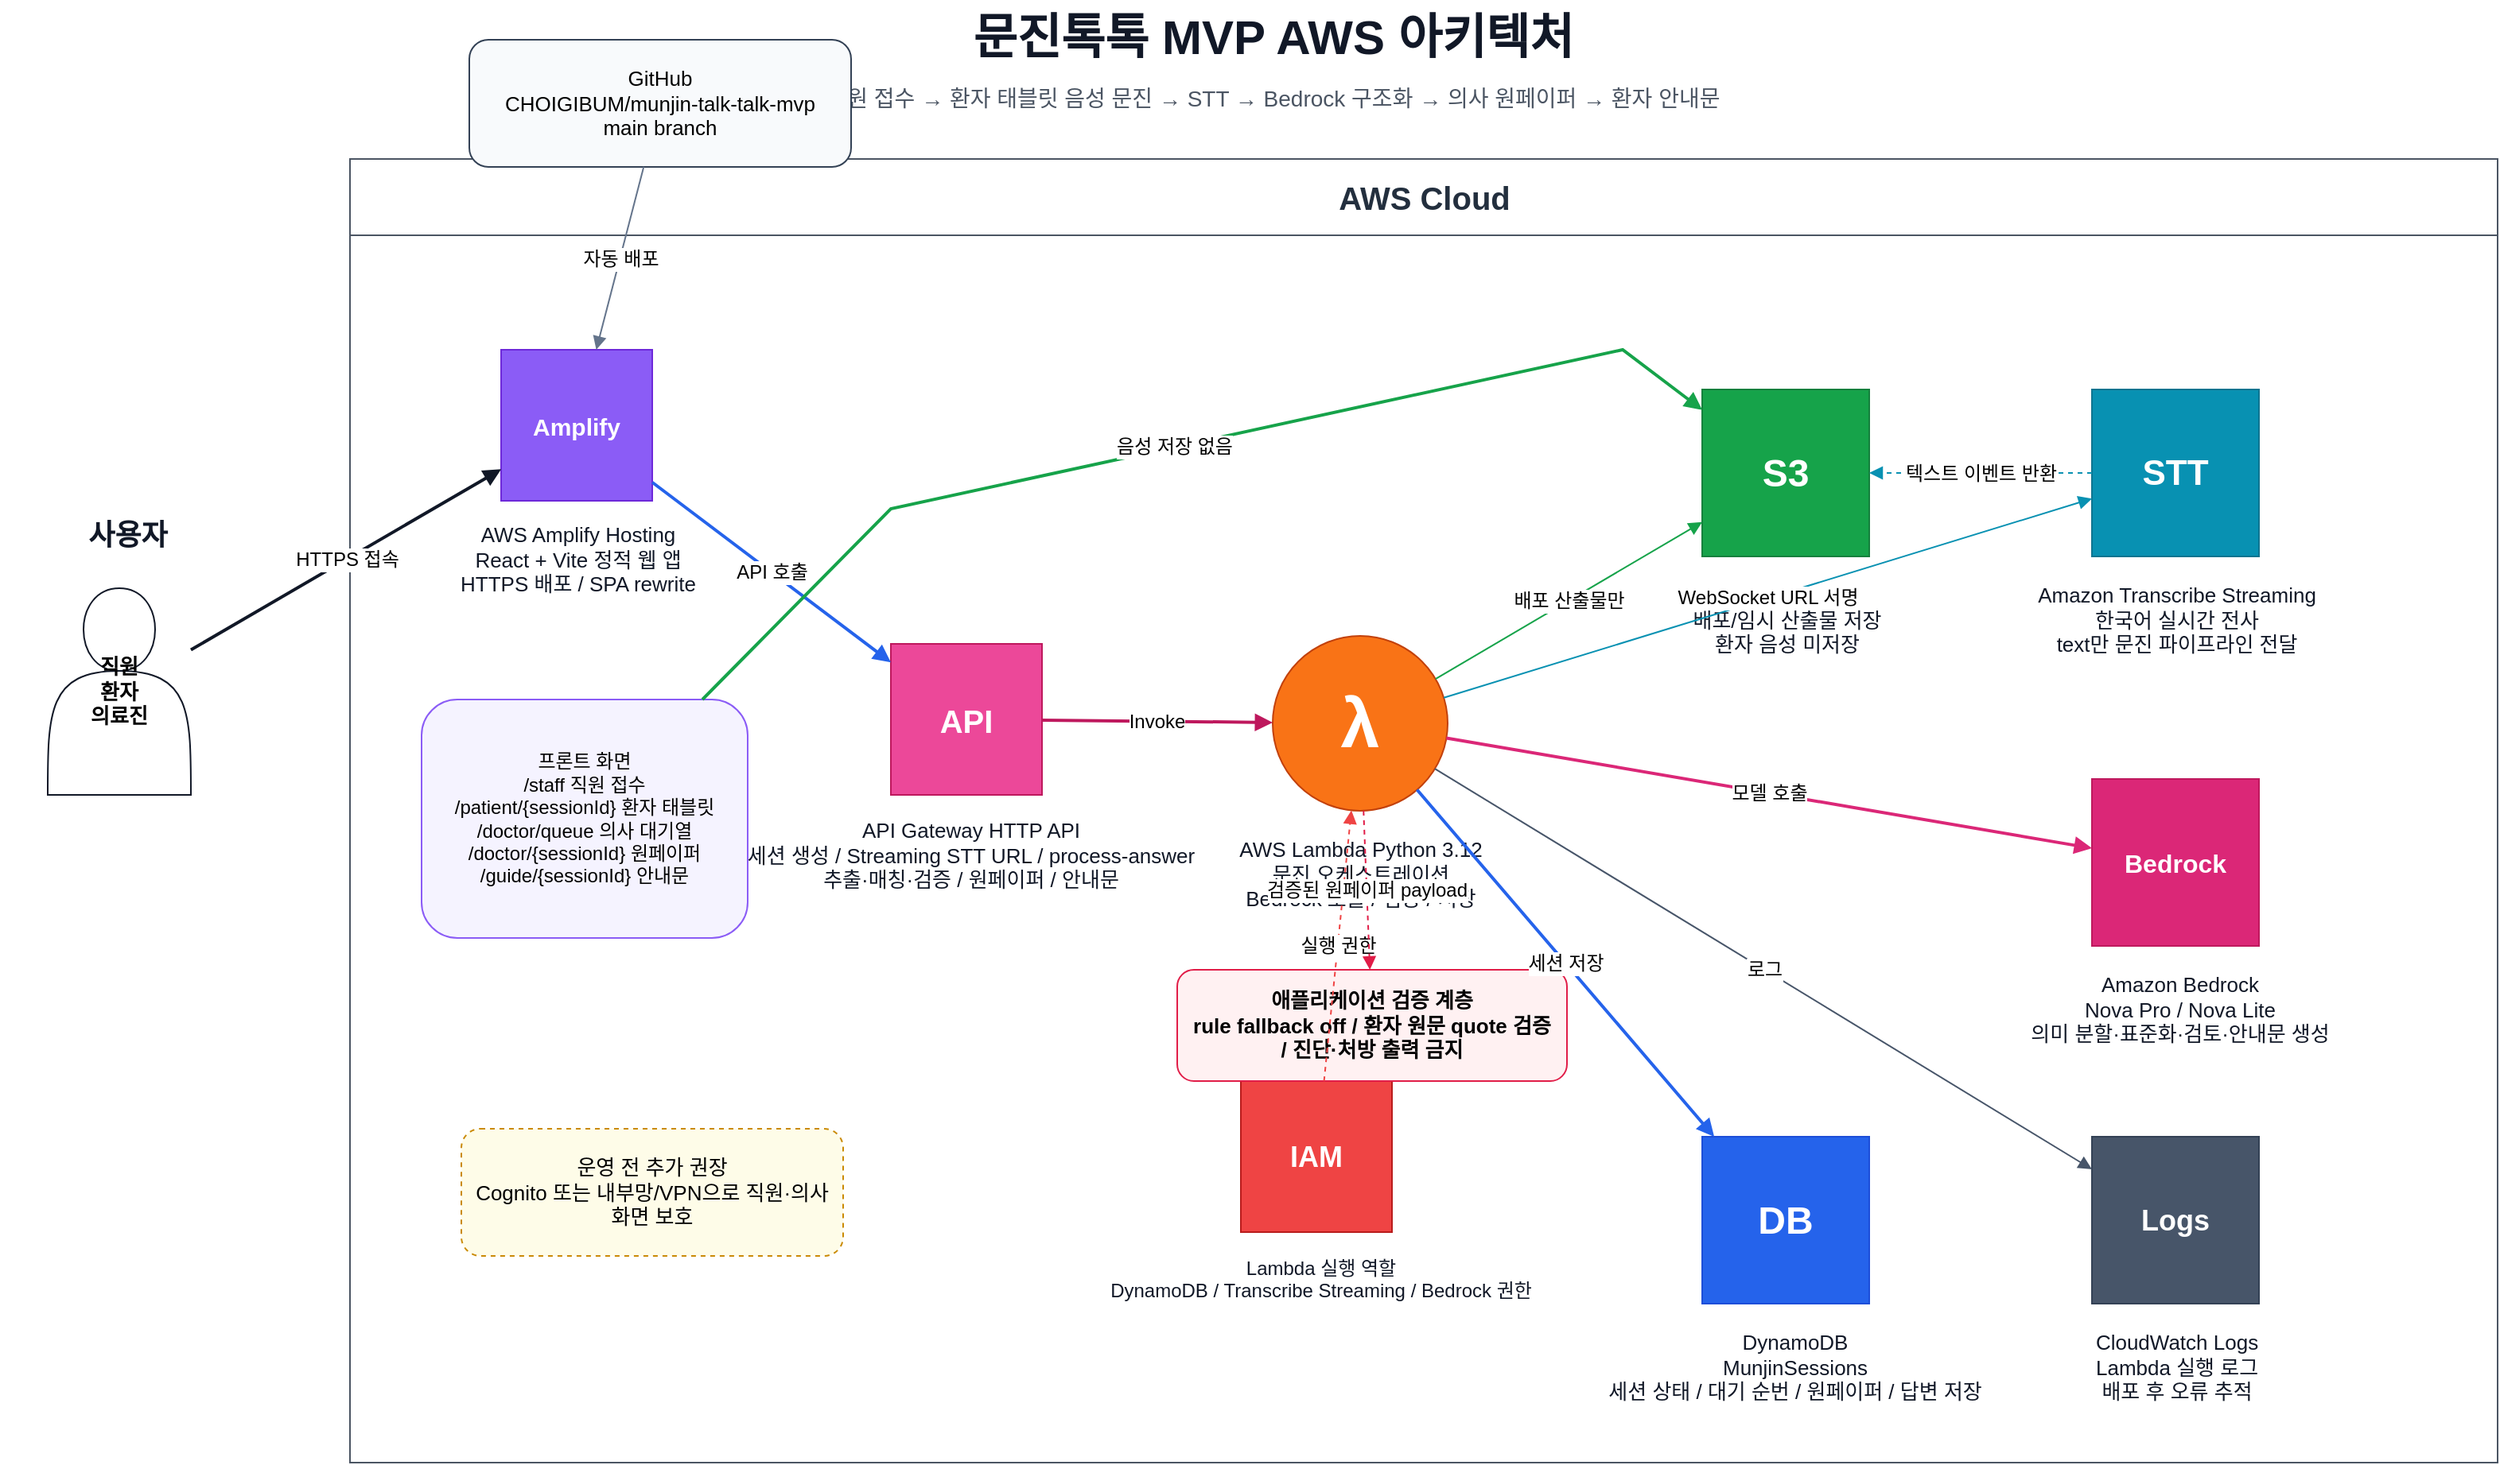
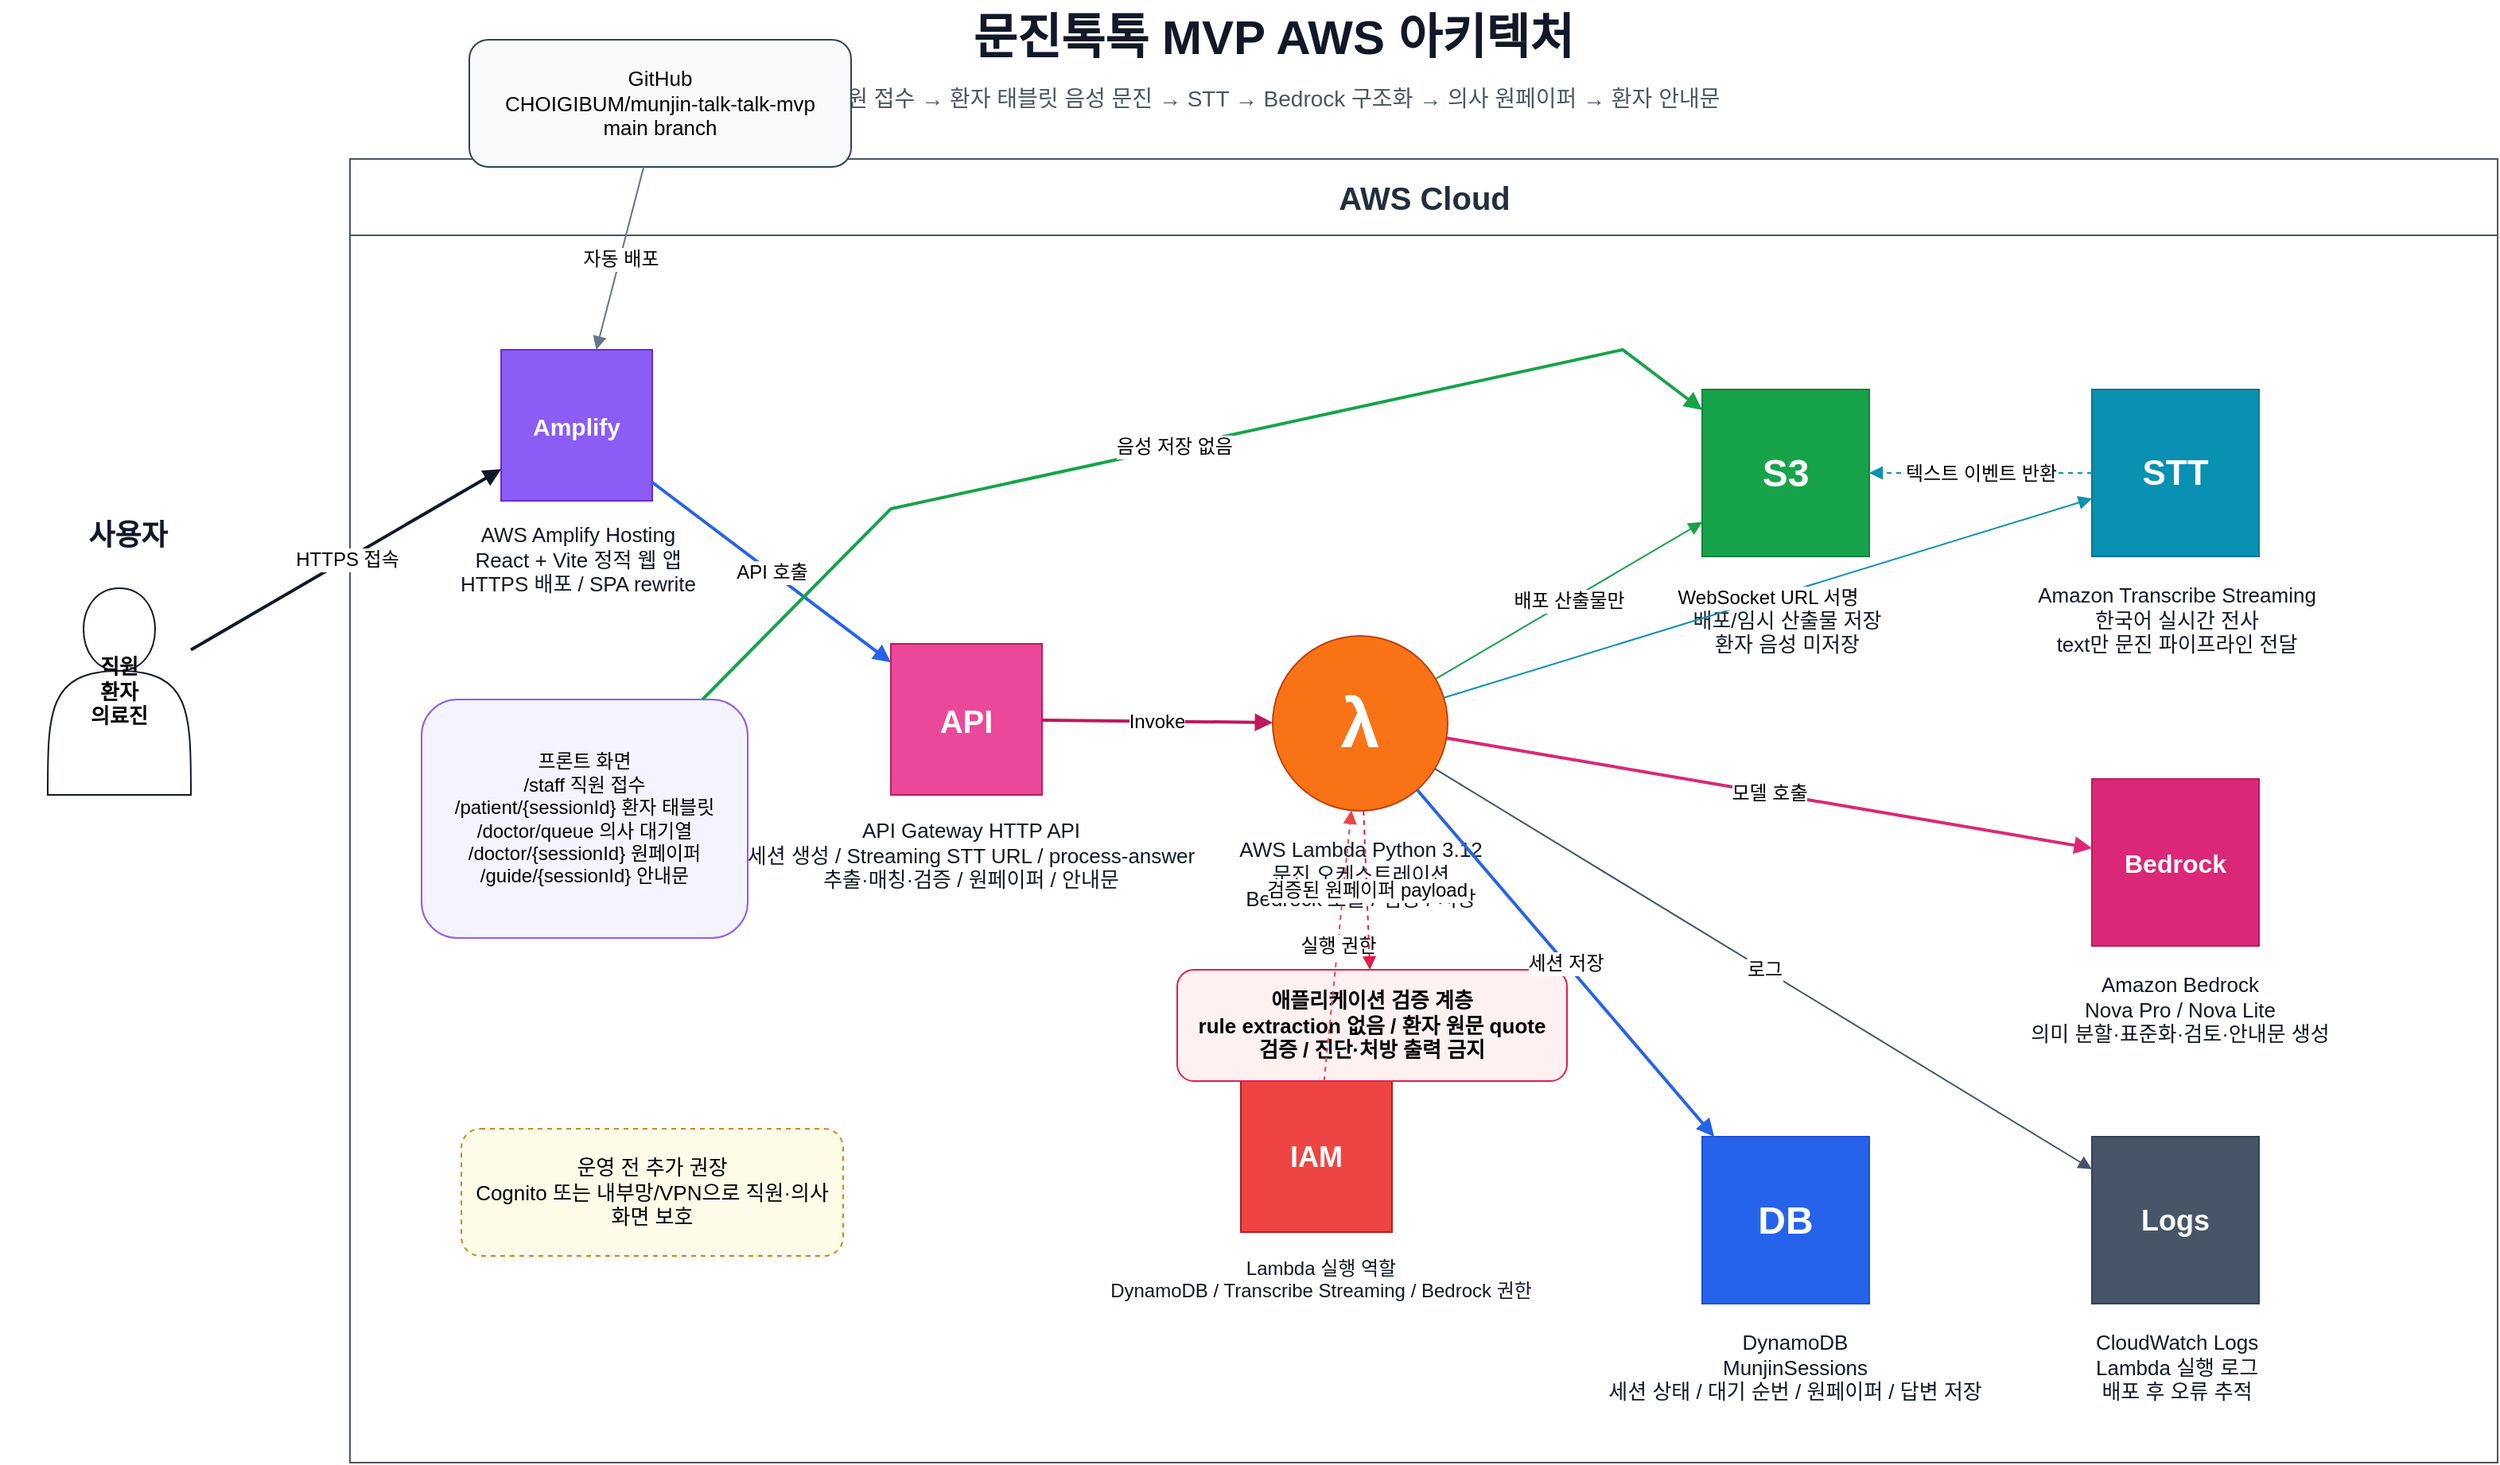
<mxfile host="app.diagrams.net" modified="2026-05-31T04:10:00.000Z" agent="Codex" version="24.7.17" type="device">
  <diagram id="munjin-architecture-ko" name="문진톡톡 MVP 아키텍처">
    <mxGraphModel dx="1700" dy="1050" grid="1" gridSize="10" guides="1" tooltips="1" connect="1" arrows="1" fold="1" page="1" pageScale="1" pageWidth="1700" pageHeight="1050" math="0" shadow="0">
      <root>
        <mxCell id="0" />
        <mxCell id="1" parent="0" />

        <mxCell id="title" value="문진톡톡 MVP AWS 아키텍처" style="text;html=1;strokeColor=none;fillColor=none;fontSize=30;fontStyle=1;fontColor=#111827;align=center;verticalAlign=middle;" vertex="1" parent="1">
          <mxGeometry x="470" y="30" width="760" height="45" as="geometry" />
        </mxCell>
        <mxCell id="subtitle" value="직원 접수 → 환자 태블릿 음성 문진 → STT → Bedrock 구조화 → 의사 원페이퍼 → 환자 안내문" style="text;html=1;strokeColor=none;fillColor=none;fontSize=14;fontColor=#4b5563;align=center;verticalAlign=middle;" vertex="1" parent="1">
          <mxGeometry x="360" y="78" width="980" height="28" as="geometry" />
        </mxCell>

        <mxCell id="awsCloud" value="AWS Cloud" style="swimlane;html=1;rounded=0;strokeColor=#4b5563;fillColor=#ffffff;fontSize=20;fontStyle=1;fontColor=#232f3e;startSize=48;horizontal=1;" vertex="1" parent="1">
          <mxGeometry x="270" y="130" width="1350" height="820" as="geometry" />
        </mxCell>

        <mxCell id="usersTitle" value="사용자" style="text;html=1;strokeColor=none;fillColor=none;fontSize=18;fontStyle=1;fontColor=#111827;align=center;" vertex="1" parent="1">
          <mxGeometry x="50" y="350" width="160" height="35" as="geometry" />
        </mxCell>
        <mxCell id="usersIcon" value="직원&#xa;환자&#xa;의료진" style="shape=actor;whiteSpace=wrap;html=1;fillColor=#ffffff;strokeColor=#111827;fontSize=13;fontStyle=1;" vertex="1" parent="1">
          <mxGeometry x="80" y="400" width="90" height="130" as="geometry" />
        </mxCell>

        <mxCell id="github" value="GitHub&#xa;CHOIGIBUM/munjin-talk-talk-mvp&#xa;main branch" style="rounded=1;whiteSpace=wrap;html=1;fillColor=#f8fafc;strokeColor=#334155;fontSize=13;spacing=8;" vertex="1" parent="1">
          <mxGeometry x="345" y="55" width="240" height="80" as="geometry" />
        </mxCell>

        <mxCell id="amplifyIcon" value="Amplify" style="rounded=0;whiteSpace=wrap;html=1;fillColor=#8b5cf6;strokeColor=#6d28d9;fontColor=#ffffff;fontSize=15;fontStyle=1;align=center;verticalAlign=middle;" vertex="1" parent="awsCloud">
          <mxGeometry x="95" y="120" width="95" height="95" as="geometry" />
        </mxCell>
        <mxCell id="amplifyLabel" value="AWS Amplify Hosting&#xa;React + Vite 정적 웹 앱&#xa;HTTPS 배포 / SPA rewrite" style="text;html=1;strokeColor=none;fillColor=none;fontSize=13;fontColor=#111827;align=center;" vertex="1" parent="awsCloud">
          <mxGeometry x="55" y="222" width="175" height="70" as="geometry" />
        </mxCell>

        <mxCell id="routes" value="프론트 화면&#xa;/staff 직원 접수&#xa;/patient/{sessionId} 환자 태블릿&#xa;/doctor/queue 의사 대기열&#xa;/doctor/{sessionId} 원페이퍼&#xa;/guide/{sessionId} 안내문" style="rounded=1;whiteSpace=wrap;html=1;fillColor=#f5f3ff;strokeColor=#8b5cf6;fontSize=12;spacing=8;" vertex="1" parent="awsCloud">
          <mxGeometry x="45" y="340" width="205" height="150" as="geometry" />
        </mxCell>

        <mxCell id="apiIcon" value="API" style="rounded=0;whiteSpace=wrap;html=1;fillColor=#ec4899;strokeColor=#be185d;fontColor=#ffffff;fontSize=20;fontStyle=1;align=center;verticalAlign=middle;" vertex="1" parent="awsCloud">
          <mxGeometry x="340" y="305" width="95" height="95" as="geometry" />
        </mxCell>
        <mxCell id="apiLabel" value="API Gateway HTTP API&#xa;세션 생성 / Streaming STT URL / process-answer&#xa;추출·매칭·검증 / 원페이퍼 / 안내문" style="text;html=1;strokeColor=none;fillColor=none;fontSize=13;fontColor=#111827;align=center;" vertex="1" parent="awsCloud">
          <mxGeometry x="270" y="408" width="240" height="70" as="geometry" />
        </mxCell>

        <mxCell id="lambdaIcon" value="λ" style="ellipse;whiteSpace=wrap;html=1;fillColor=#f97316;strokeColor=#c2410c;fontColor=#ffffff;fontSize=44;fontStyle=1;align=center;verticalAlign=middle;" vertex="1" parent="awsCloud">
          <mxGeometry x="580" y="300" width="110" height="110" as="geometry" />
        </mxCell>
        <mxCell id="lambdaLabel" value="AWS Lambda Python 3.12&#xa;문진 오케스트레이션&#xa;Bedrock 호출 / 검증 / 저장" style="text;html=1;strokeColor=none;fillColor=none;fontSize=13;fontColor=#111827;align=center;" vertex="1" parent="awsCloud">
          <mxGeometry x="520" y="420" width="230" height="65" as="geometry" />
        </mxCell>

        <mxCell id="iamIcon" value="IAM" style="rounded=0;whiteSpace=wrap;html=1;fillColor=#ef4444;strokeColor=#b91c1c;fontColor=#ffffff;fontSize=18;fontStyle=1;align=center;verticalAlign=middle;" vertex="1" parent="awsCloud">
          <mxGeometry x="560" y="580" width="95" height="95" as="geometry" />
        </mxCell>
        <mxCell id="iamLabel" value="Lambda 실행 역할&#xa;DynamoDB / Transcribe Streaming / Bedrock 권한" style="text;html=1;strokeColor=none;fillColor=none;fontSize=12;fontColor=#111827;align=center;" vertex="1" parent="awsCloud">
          <mxGeometry x="500" y="684" width="220" height="52" as="geometry" />
        </mxCell>

        <mxCell id="s3Icon" value="S3" style="rounded=0;whiteSpace=wrap;html=1;fillColor=#16a34a;strokeColor=#15803d;fontColor=#ffffff;fontSize=24;fontStyle=1;align=center;verticalAlign=middle;" vertex="1" parent="awsCloud">
          <mxGeometry x="850" y="145" width="105" height="105" as="geometry" />
        </mxCell>
        <mxCell id="s3Label" value="Amazon S3&#xa;배포/임시 산출물 저장&#xa;환자 음성 미저장" style="text;html=1;strokeColor=none;fillColor=none;fontSize=13;fontColor=#111827;align=center;" vertex="1" parent="awsCloud">
          <mxGeometry x="785" y="260" width="235" height="65" as="geometry" />
        </mxCell>

        <mxCell id="transcribeIcon" value="STT" style="rounded=0;whiteSpace=wrap;html=1;fillColor=#0891b2;strokeColor=#0e7490;fontColor=#ffffff;fontSize=22;fontStyle=1;align=center;verticalAlign=middle;" vertex="1" parent="awsCloud">
          <mxGeometry x="1095" y="145" width="105" height="105" as="geometry" />
        </mxCell>
        <mxCell id="transcribeLabel" value="Amazon Transcribe Streaming&#xa;한국어 실시간 전사&#xa;text만 문진 파이프라인 전달" style="text;html=1;strokeColor=none;fillColor=none;fontSize=13;fontColor=#111827;align=center;" vertex="1" parent="awsCloud">
          <mxGeometry x="1040" y="260" width="215" height="65" as="geometry" />
        </mxCell>

        <mxCell id="bedrockIcon" value="Bedrock" style="rounded=0;whiteSpace=wrap;html=1;fillColor=#db2777;strokeColor=#be185d;fontColor=#ffffff;fontSize=16;fontStyle=1;align=center;verticalAlign=middle;" vertex="1" parent="awsCloud">
          <mxGeometry x="1095" y="390" width="105" height="105" as="geometry" />
        </mxCell>
        <mxCell id="bedrockLabel" value="Amazon Bedrock&#xa;Nova Pro / Nova Lite&#xa;의미 분할·표준화·검토·안내문 생성" style="text;html=1;strokeColor=none;fillColor=none;fontSize=13;fontColor=#111827;align=center;" vertex="1" parent="awsCloud">
          <mxGeometry x="1015" y="505" width="270" height="65" as="geometry" />
        </mxCell>

        <mxCell id="ddbIcon" value="DB" style="rounded=0;whiteSpace=wrap;html=1;fillColor=#2563eb;strokeColor=#1d4ed8;fontColor=#ffffff;fontSize=24;fontStyle=1;align=center;verticalAlign=middle;" vertex="1" parent="awsCloud">
          <mxGeometry x="850" y="615" width="105" height="105" as="geometry" />
        </mxCell>
        <mxCell id="ddbLabel" value="DynamoDB&#xa;MunjinSessions&#xa;세션 상태 / 대기 순번 / 원페이퍼 / 답변 저장" style="text;html=1;strokeColor=none;fillColor=none;fontSize=13;fontColor=#111827;align=center;" vertex="1" parent="awsCloud">
          <mxGeometry x="785" y="730" width="245" height="65" as="geometry" />
        </mxCell>

        <mxCell id="cloudwatchIcon" value="Logs" style="rounded=0;whiteSpace=wrap;html=1;fillColor=#475569;strokeColor=#334155;fontColor=#ffffff;fontSize=18;fontStyle=1;align=center;verticalAlign=middle;" vertex="1" parent="awsCloud">
          <mxGeometry x="1095" y="615" width="105" height="105" as="geometry" />
        </mxCell>
        <mxCell id="cloudwatchLabel" value="CloudWatch Logs&#xa;Lambda 실행 로그&#xa;배포 후 오류 추적" style="text;html=1;strokeColor=none;fillColor=none;fontSize=13;fontColor=#111827;align=center;" vertex="1" parent="awsCloud">
          <mxGeometry x="1035" y="730" width="225" height="65" as="geometry" />
        </mxCell>

-         <mxCell id="guardrail" value="애플리케이션 검증 계층&#xa;rule fallback off / 환자 원문 quote 검증 / 진단·처방 출력 금지" style="rounded=1;whiteSpace=wrap;html=1;fillColor=#fff1f2;strokeColor=#e11d48;fontSize=13;fontStyle=1;spacing=8;" vertex="1" parent="awsCloud">
+         <mxCell id="guardrail" value="애플리케이션 검증 계층&#xa;rule extraction 없음 / 환자 원문 quote 검증 / 진단·처방 출력 금지" style="rounded=1;whiteSpace=wrap;html=1;fillColor=#fff1f2;strokeColor=#e11d48;fontSize=13;fontStyle=1;spacing=8;" vertex="1" parent="awsCloud">
          <mxGeometry x="520" y="510" width="245" height="70" as="geometry" />
        </mxCell>

        <mxCell id="futureSecurity" value="운영 전 추가 권장&#xa;Cognito 또는 내부망/VPN으로 직원·의사 화면 보호" style="rounded=1;whiteSpace=wrap;html=1;dashed=1;fillColor=#fefce8;strokeColor=#ca8a04;fontSize=13;spacing=8;" vertex="1" parent="awsCloud">
          <mxGeometry x="70" y="610" width="240" height="80" as="geometry" />
        </mxCell>

        <mxCell id="eGitAmplify" value="자동 배포" style="endArrow=block;html=1;rounded=0;strokeColor=#64748b;fontSize=12;" edge="1" parent="1" source="github" target="amplifyIcon">
          <mxGeometry relative="1" as="geometry" />
        </mxCell>
        <mxCell id="eUserAmplify" value="HTTPS 접속" style="endArrow=block;html=1;rounded=0;strokeColor=#111827;fontSize=12;strokeWidth=2;" edge="1" parent="1" source="usersIcon" target="amplifyIcon">
          <mxGeometry relative="1" as="geometry" />
        </mxCell>
        <mxCell id="eAmplifyApi" value="API 호출" style="endArrow=block;html=1;rounded=0;strokeColor=#2563eb;fontSize=12;strokeWidth=2;" edge="1" parent="1" source="amplifyIcon" target="apiIcon">
          <mxGeometry relative="1" as="geometry" />
        </mxCell>
        <mxCell id="eApiLambda" value="Invoke" style="endArrow=block;html=1;rounded=0;strokeColor=#be185d;fontSize=12;strokeWidth=2;" edge="1" parent="1" source="apiIcon" target="lambdaIcon">
          <mxGeometry relative="1" as="geometry" />
        </mxCell>
        <mxCell id="ePatientS3" value="음성 저장 없음" style="endArrow=block;html=1;rounded=0;strokeColor=#16a34a;fontSize=12;strokeWidth=2;" edge="1" parent="1" source="routes" target="s3Icon">
          <mxGeometry relative="1" as="geometry">
            <Array as="points">
              <mxPoint x="610" y="350" />
              <mxPoint x="1070" y="250" />
            </Array>
          </mxGeometry>
        </mxCell>
        <mxCell id="eLambdaS3" value="배포 산출물만" style="endArrow=block;html=1;rounded=0;strokeColor=#16a34a;fontSize=12;" edge="1" parent="1" source="lambdaIcon" target="s3Icon">
          <mxGeometry relative="1" as="geometry" />
        </mxCell>
        <mxCell id="eLambdaTranscribe" value="WebSocket URL 서명" style="endArrow=block;html=1;rounded=0;strokeColor=#0891b2;fontSize=12;" edge="1" parent="1" source="lambdaIcon" target="transcribeIcon">
          <mxGeometry relative="1" as="geometry" />
        </mxCell>
        <mxCell id="eTranscribeS3" value="텍스트 이벤트 반환" style="endArrow=block;html=1;rounded=0;strokeColor=#0891b2;fontSize=12;dashed=1;" edge="1" parent="1" source="transcribeIcon" target="s3Icon">
          <mxGeometry relative="1" as="geometry" />
        </mxCell>
        <mxCell id="eLambdaBedrock" value="모델 호출" style="endArrow=block;html=1;rounded=0;strokeColor=#db2777;fontSize=12;strokeWidth=2;" edge="1" parent="1" source="lambdaIcon" target="bedrockIcon">
          <mxGeometry relative="1" as="geometry" />
        </mxCell>
        <mxCell id="eLambdaDdb" value="세션 저장" style="endArrow=block;html=1;rounded=0;strokeColor=#2563eb;fontSize=12;strokeWidth=2;" edge="1" parent="1" source="lambdaIcon" target="ddbIcon">
          <mxGeometry relative="1" as="geometry" />
        </mxCell>
        <mxCell id="eLambdaLogs" value="로그" style="endArrow=block;html=1;rounded=0;strokeColor=#475569;fontSize=12;" edge="1" parent="1" source="lambdaIcon" target="cloudwatchIcon">
          <mxGeometry relative="1" as="geometry" />
        </mxCell>
        <mxCell id="eIamLambda" value="실행 권한" style="endArrow=block;html=1;rounded=0;strokeColor=#ef4444;fontSize=12;dashed=1;" edge="1" parent="1" source="iamIcon" target="lambdaIcon">
          <mxGeometry relative="1" as="geometry" />
        </mxCell>
        <mxCell id="eGuardLambda" value="검증된 원페이퍼 payload" style="endArrow=block;html=1;rounded=0;strokeColor=#e11d48;fontSize=12;dashed=1;" edge="1" parent="1" source="lambdaIcon" target="guardrail">
          <mxGeometry relative="1" as="geometry" />
        </mxCell>
      </root>
    </mxGraphModel>
  </diagram>
</mxfile>
